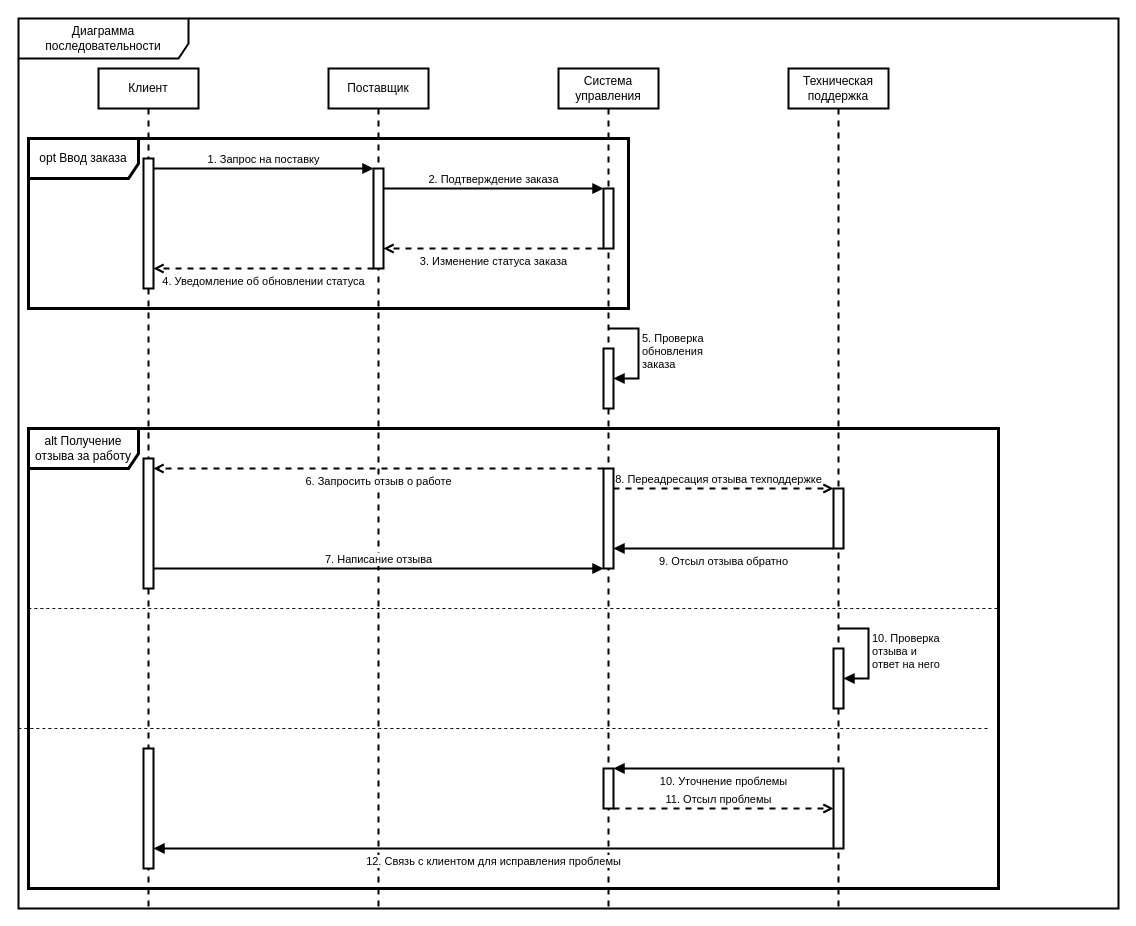
Earlier version of the draw.io diagram page "Page-1" (1 of 3) of 4.drawio (Helpmepleaseitishard/Aikms). Source tidied: cells renumbered, new cells numbered last; positions are measured from the earlier drawing's top-left corner, leaving out a move shared by most shapes. Both pictures are drawn from the tidied source at 100%, with x=0, y=0 at pixel (18, 18).
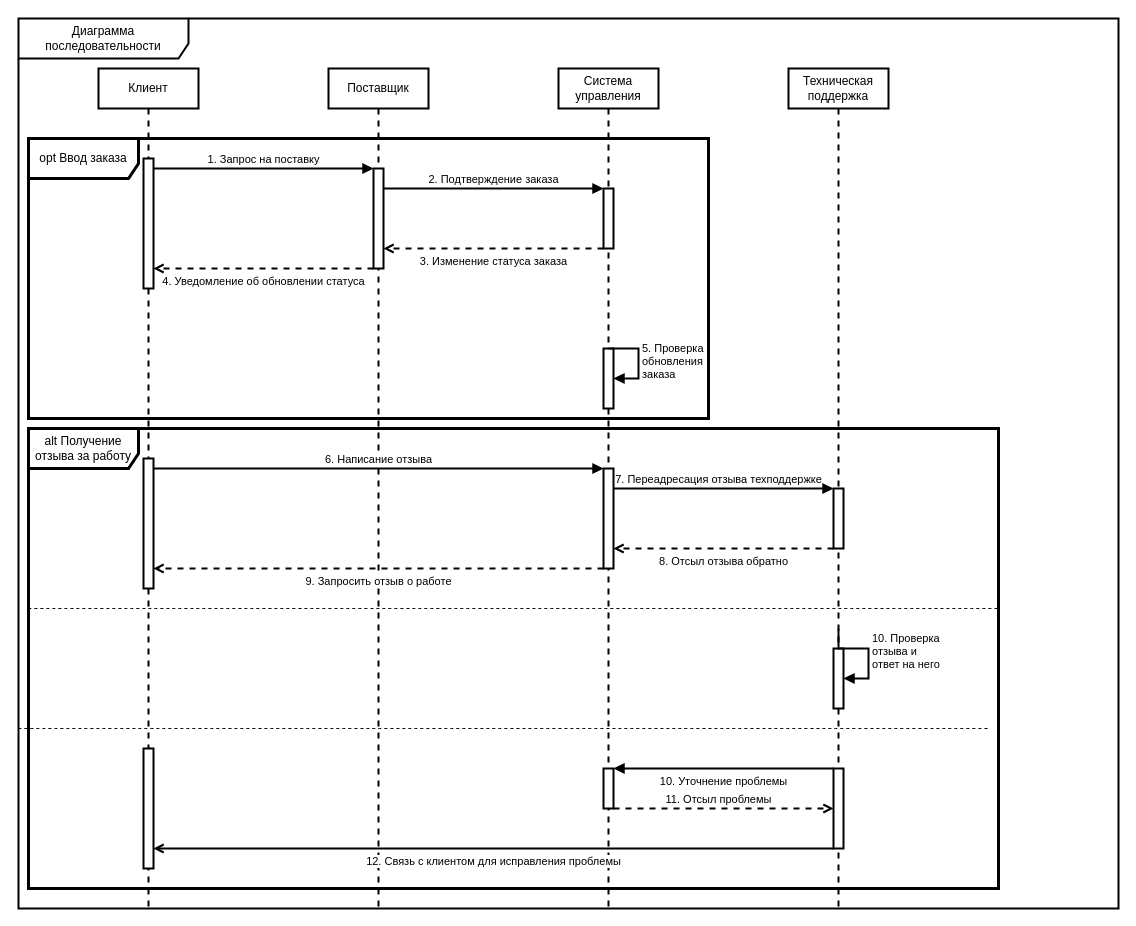
Above is the later version.

The change refers to these unchanged cells:
```xml
<mxCell id="6" value="Система управления" style="shape=umlLifeline;perimeter=lifelinePerimeter;whiteSpace=wrap;html=1;newEdgeStyle={&quot;curved&quot;:0,&quot;rounded&quot;:0};strokeWidth=2;" parent="1" vertex="1">
  <mxGeometry x="540" y="50" width="100" height="840" as="geometry" />
</mxCell>
<mxCell id="8" style="html=1;points=[[0,0,0,0,5],[0,1,0,0,-5],[1,0,0,0,5],[1,1,0,0,-5]];perimeter=orthogonalPerimeter;outlineConnect=0;targetShapes=umlLifeline;portConstraint=eastwest;newEdgeStyle={&quot;curved&quot;:0,&quot;rounded&quot;:0};strokeWidth=2;" parent="6" vertex="1">
  <mxGeometry x="45" y="280" width="10" height="60" as="geometry" />
</mxCell>
<mxCell id="11" style="html=1;points=[[0,0,0,0,5],[0,1,0,0,-5],[1,0,0,0,5],[1,1,0,0,-5]];perimeter=orthogonalPerimeter;outlineConnect=0;targetShapes=umlLifeline;portConstraint=eastwest;newEdgeStyle={&quot;curved&quot;:0,&quot;rounded&quot;:0};strokeWidth=2;" parent="6" vertex="1">
  <mxGeometry x="45" y="400" width="10" height="100" as="geometry" />
</mxCell>
<mxCell id="19" style="html=1;points=[[0,0,0,0,5],[0,1,0,0,-5],[1,0,0,0,5],[1,1,0,0,-5]];perimeter=orthogonalPerimeter;outlineConnect=0;targetShapes=umlLifeline;portConstraint=eastwest;newEdgeStyle={&quot;curved&quot;:0,&quot;rounded&quot;:0};strokeWidth=2;" parent="1" vertex="1">
  <mxGeometry x="815" y="470" width="10" height="60" as="geometry" />
</mxCell>
<mxCell id="21" style="html=1;points=[[0,0,0,0,5],[0,1,0,0,-5],[1,0,0,0,5],[1,1,0,0,-5]];perimeter=orthogonalPerimeter;outlineConnect=0;targetShapes=umlLifeline;portConstraint=eastwest;newEdgeStyle={&quot;curved&quot;:0,&quot;rounded&quot;:0};strokeWidth=2;" parent="1" vertex="1">
  <mxGeometry x="815" y="630" width="10" height="60" as="geometry" />
</mxCell>
<mxCell id="29" style="html=1;points=[[0,0,0,0,5],[0,1,0,0,-5],[1,0,0,0,5],[1,1,0,0,-5]];perimeter=orthogonalPerimeter;outlineConnect=0;targetShapes=umlLifeline;portConstraint=eastwest;newEdgeStyle={&quot;curved&quot;:0,&quot;rounded&quot;:0};strokeWidth=2;" parent="1" vertex="1">
  <mxGeometry x="125" y="730" width="10" height="120" as="geometry" />
</mxCell>
```

Change to the diagram source:
```diff
@@
     <mxCell id="9" value="&lt;div&gt;5. Проверка&lt;/div&gt;&lt;div&gt;обновления&lt;/div&gt;&lt;div&gt;заказа&lt;br&gt;&lt;/div&gt;" style="html=1;align=left;spacingLeft=2;endArrow=block;rounded=0;edgeStyle=orthogonalEdgeStyle;curved=0;rounded=0;strokeWidth=2;" parent="6" edge="1" target="8">
       <mxGeometry relative="1" as="geometry">
-        <mxPoint x="50" y="260" as="sourcePoint" />
+        <mxPoint x="50" y="280" as="sourcePoint" />
         <Array as="points">
-          <mxPoint x="80" y="260" />
+          <mxPoint x="50" y="280" />
+          <mxPoint x="80" y="280" />
           <mxPoint x="80" y="310" />
         </Array>
       </mxGeometry>
     </mxCell>
@@
     <mxCell id="16" value="opt Ввод заказа" style="shape=umlFrame;whiteSpace=wrap;html=1;strokeWidth=3;width=110;height=40;" parent="1" vertex="1">
-      <mxGeometry x="10" y="120" width="600" height="170" as="geometry" />
+      <mxGeometry x="10" y="120" width="680" height="280" as="geometry" />
     </mxCell>
@@
     <mxCell id="22" value="&lt;div&gt;10. Проверка&amp;nbsp;&lt;/div&gt;&lt;div&gt;отзыва и &lt;br&gt;&lt;/div&gt;&lt;div&gt;ответ на него&lt;br&gt;&lt;/div&gt;" style="html=1;align=left;spacingLeft=2;endArrow=block;rounded=0;edgeStyle=orthogonalEdgeStyle;curved=0;rounded=0;strokeWidth=2;" parent="1" edge="1" target="21">
       <mxGeometry relative="1" as="geometry">
         <mxPoint x="820" y="610" as="sourcePoint" />
         <Array as="points">
-          <mxPoint x="850" y="610" />
+          <mxPoint x="820" y="630" />
+          <mxPoint x="850" y="630" />
           <mxPoint x="850" y="660" />
         </Array>
       </mxGeometry>
     </mxCell>
-    <mxCell id="23" value="7. Написание отзыва" style="html=1;verticalAlign=bottom;endArrow=block;curved=0;rounded=0;strokeWidth=2;" parent="1" edge="1">
+    <mxCell id="23" value="6. Написание отзыва" style="html=1;verticalAlign=bottom;endArrow=block;curved=0;rounded=0;strokeWidth=2;" parent="1" edge="1">
       <mxGeometry relative="1" as="geometry">
-        <mxPoint x="135" y="550" as="sourcePoint" />
-        <mxPoint x="585" y="550" as="targetPoint" />
+        <mxPoint x="135" y="450" as="sourcePoint" />
+        <mxPoint x="585" y="450" as="targetPoint" />
         <Array as="points">
-          <mxPoint x="260" y="550" />
+          <mxPoint x="260" y="450" />
         </Array>
       </mxGeometry>
     </mxCell>
-    <mxCell id="24" value="6. Запросить отзыв о работе" style="html=1;verticalAlign=top;endArrow=open;curved=0;rounded=0;strokeWidth=2;dashed=1;endFill=0;" parent="1" edge="1">
+    <mxCell id="24" value="9. Запросить отзыв о работе" style="html=1;verticalAlign=top;endArrow=open;curved=0;rounded=0;strokeWidth=2;endFill=0;dashed=1;" parent="1" edge="1">
       <mxGeometry relative="1" as="geometry">
-        <mxPoint x="585" y="450" as="sourcePoint" />
-        <mxPoint x="135" y="450" as="targetPoint" />
+        <mxPoint x="585" y="550" as="sourcePoint" />
+        <mxPoint x="135" y="550" as="targetPoint" />
         <Array as="points">
-          <mxPoint x="241" y="450" />
+          <mxPoint x="241" y="550" />
         </Array>
       </mxGeometry>
     </mxCell>
@@
-    <mxCell id="27" value="8. Переадресация отзыва техподдержке" style="html=1;verticalAlign=bottom;endArrow=open;curved=0;rounded=0;strokeWidth=2;dashed=1;endFill=0;" parent="1" edge="1" source="11" target="19">
+    <mxCell id="27" value="7. Переадресация отзыва техподдержке" style="html=1;verticalAlign=bottom;endArrow=block;curved=0;rounded=0;strokeWidth=2;endFill=1;" parent="1" edge="1" source="11" target="19">
       <mxGeometry x="-0.05" relative="1" as="geometry">
         <Array as="points">
           <mxPoint x="660" y="470" />
         </Array>
       </mxGeometry>
     </mxCell>
-    <mxCell id="28" value="9. Отсыл отзыва обратно" style="html=1;verticalAlign=top;endArrow=block;curved=0;rounded=0;strokeWidth=2;endFill=1;" parent="1" edge="1">
+    <mxCell id="28" value="8. Отсыл отзыва обратно" style="html=1;verticalAlign=top;endArrow=open;curved=0;rounded=0;strokeWidth=2;endFill=0;dashed=1;" parent="1" edge="1">
       <mxGeometry relative="1" as="geometry">
         <mxPoint x="815" y="530" as="sourcePoint" />
         <mxPoint x="595" y="530" as="targetPoint" />
         <Array as="points">
           <mxPoint x="685" y="530" />
         </Array>
       </mxGeometry>
     </mxCell>
@@
-    <mxCell id="32" value="12. Связь с клиентом для исправления проблемы" style="html=1;verticalAlign=top;endArrow=block;curved=0;rounded=0;strokeWidth=2;endFill=1;" parent="1" edge="1" target="29">
+    <mxCell id="32" value="12. Связь с клиентом для исправления проблемы" style="html=1;verticalAlign=top;endArrow=open;curved=0;rounded=0;strokeWidth=2;endFill=0;" parent="1" edge="1" target="29">
       <mxGeometry relative="1" as="geometry">
         <mxPoint x="815" y="830" as="sourcePoint" />
         <Array as="points">
           <mxPoint x="685" y="830" />
         </Array>
       </mxGeometry>
     </mxCell>
```
